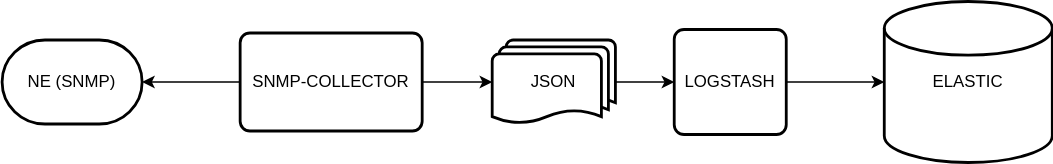
Earlier version of the draw.io export Diagram.svg (cesarmacias/snmp-colect). Source tidied: cells renumbered, new cells last; positions are measured from the earlier drawing's top-left corner, leaving out a move shared by most shapes.
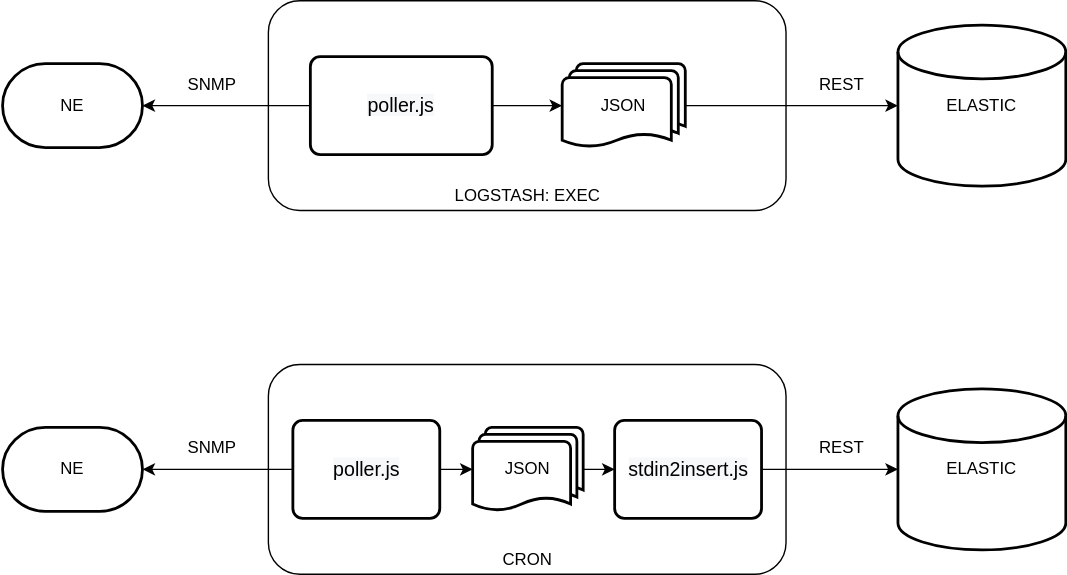
Above is the later version.

The edit, as a diff of the source:
```diff
@@ -2,32 +2,77 @@
   <root>
     <mxCell id="0" />
     <mxCell id="1" parent="0" />
+    <mxCell id="11" value="&lt;br&gt;" style="rounded=1;whiteSpace=wrap;html=1;" parent="1" vertex="1">
+      <mxGeometry x="193" y="-18" width="370" height="150" as="geometry" />
+    </mxCell>
     <mxCell id="2" style="edgeStyle=orthogonalEdgeStyle;rounded=0;jettySize=auto;html=1;" parent="1" edge="1" source="4" target="5">
       <mxGeometry relative="1" as="geometry" />
     </mxCell>
     <mxCell id="3" style="edgeStyle=orthogonalEdgeStyle;rounded=0;jettySize=auto;html=1;" parent="1" edge="1" source="4" target="7">
       <mxGeometry relative="1" as="geometry" />
     </mxCell>
-    <mxCell id="4" value="SNMP-COLLECTOR" style="rounded=1;whiteSpace=wrap;html=1;absoluteArcSize=1;arcSize=14;strokeWidth=2;" parent="1" vertex="1">
-      <mxGeometry x="170" y="22" width="130" height="70" as="geometry" />
+    <mxCell id="4" value="&lt;a class=&quot;js-navigation-open Link--primary&quot; title=&quot;poller.js&quot; href=&quot;https://github.com/cesarmacias/snmp-colect/blob/master/Poller/poller.js&quot; style=&quot;box-sizing: border-box ; background-color: rgb(246 , 248 , 250) ; outline: none ; box-shadow: none ; font-family: , &amp;#34;blinkmacsystemfont&amp;#34; , &amp;#34;segoe ui&amp;#34; , &amp;#34;helvetica&amp;#34; , &amp;#34;arial&amp;#34; , sans-serif , &amp;#34;apple color emoji&amp;#34; , &amp;#34;segoe ui emoji&amp;#34; ; font-size: 14px&quot;&gt;poller.js&lt;/a&gt;" style="rounded=1;whiteSpace=wrap;html=1;absoluteArcSize=1;arcSize=14;strokeWidth=2;" parent="1" vertex="1">
+      <mxGeometry x="223" y="22" width="130" height="70" as="geometry" />
     </mxCell>
-    <mxCell id="5" value="NE (SNMP)" style="strokeWidth=2;html=1;shape=mxgraph.flowchart.terminator;whiteSpace=wrap;" parent="1" vertex="1">
-      <mxGeometry y="27" width="100" height="60" as="geometry" />
+    <mxCell id="5" value="NE" style="strokeWidth=2;html=1;shape=mxgraph.flowchart.terminator;whiteSpace=wrap;" parent="1" vertex="1">
+      <mxGeometry x="3" y="27" width="100" height="60" as="geometry" />
     </mxCell>
-    <mxCell id="6" style="edgeStyle=orthogonalEdgeStyle;rounded=0;jettySize=auto;html=1;" parent="1" edge="1" source="7" target="9">
-      <mxGeometry relative="1" as="geometry" />
-    </mxCell>
+    <mxCell id="12" style="edgeStyle=orthogonalEdgeStyle;rounded=0;jettySize=auto;html=1;" parent="1" edge="1" source="7" target="10">
+      <mxGeometry relative="1" as="geometry" />
+    </mxCell>
     <mxCell id="7" value="JSON" style="strokeWidth=2;html=1;shape=mxgraph.flowchart.multi-document;whiteSpace=wrap;" parent="1" vertex="1">
-      <mxGeometry x="350" y="27" width="88" height="60" as="geometry" />
+      <mxGeometry x="403" y="27" width="88" height="60" as="geometry" />
     </mxCell>
-    <mxCell id="8" style="edgeStyle=orthogonalEdgeStyle;rounded=0;jettySize=auto;html=1;" parent="1" edge="1" source="9" target="10">
-      <mxGeometry relative="1" as="geometry" />
-    </mxCell>
-    <mxCell id="9" value="LOGSTASH" style="rounded=1;whiteSpace=wrap;html=1;absoluteArcSize=1;arcSize=14;strokeWidth=2;" parent="1" vertex="1">
-      <mxGeometry x="480" y="19.5" width="80" height="75" as="geometry" />
-    </mxCell>
     <mxCell id="10" value="ELASTIC" style="strokeWidth=2;html=1;shape=mxgraph.flowchart.database;whiteSpace=wrap;" parent="1" vertex="1">
-      <mxGeometry x="630" y="-0.5" width="120" height="115" as="geometry" />
+      <mxGeometry x="643" y="-0.5" width="120" height="115" as="geometry" />
     </mxCell>
+    <mxCell id="13" value="LOGSTASH: EXEC" style="text;html=1;strokeColor=none;fillColor=none;align=center;verticalAlign=middle;whiteSpace=wrap;rounded=0;" parent="1" vertex="1">
+      <mxGeometry x="315.5" y="112" width="125" height="20" as="geometry" />
+    </mxCell>
+    <mxCell id="14" value="SNMP" style="text;html=1;strokeColor=none;fillColor=none;align=center;verticalAlign=middle;whiteSpace=wrap;rounded=0;" parent="1" vertex="1">
+      <mxGeometry x="133" y="32" width="40" height="20" as="geometry" />
+    </mxCell>
+    <mxCell id="15" value="REST" style="text;html=1;strokeColor=none;fillColor=none;align=center;verticalAlign=middle;whiteSpace=wrap;rounded=0;" parent="1" vertex="1">
+      <mxGeometry x="583" y="32" width="40" height="20" as="geometry" />
+    </mxCell>
+    <mxCell id="16" value="&lt;br&gt;" style="rounded=1;whiteSpace=wrap;html=1;" parent="1" vertex="1">
+      <mxGeometry x="193" y="242" width="370" height="150" as="geometry" />
+    </mxCell>
+    <mxCell id="17" style="edgeStyle=orthogonalEdgeStyle;rounded=0;jettySize=auto;html=1;" parent="1" edge="1" source="19" target="20">
+      <mxGeometry relative="1" as="geometry" />
+    </mxCell>
+    <mxCell id="18" style="edgeStyle=orthogonalEdgeStyle;rounded=0;jettySize=auto;html=1;" parent="1" edge="1" source="19" target="22">
+      <mxGeometry relative="1" as="geometry" />
+    </mxCell>
+    <mxCell id="19" value="&lt;a class=&quot;js-navigation-open Link--primary&quot; title=&quot;poller.js&quot; href=&quot;https://github.com/cesarmacias/snmp-colect/blob/master/Poller/poller.js&quot; style=&quot;box-sizing: border-box ; background-color: rgb(246 , 248 , 250) ; outline: none ; box-shadow: none ; font-family: , &amp;#34;blinkmacsystemfont&amp;#34; , &amp;#34;segoe ui&amp;#34; , &amp;#34;helvetica&amp;#34; , &amp;#34;arial&amp;#34; , sans-serif , &amp;#34;apple color emoji&amp;#34; , &amp;#34;segoe ui emoji&amp;#34; ; font-size: 14px&quot;&gt;poller.js&lt;/a&gt;" style="rounded=1;whiteSpace=wrap;html=1;absoluteArcSize=1;arcSize=14;strokeWidth=2;" parent="1" vertex="1">
+      <mxGeometry x="210.5" y="282" width="105" height="70" as="geometry" />
+    </mxCell>
+    <mxCell id="20" value="NE" style="strokeWidth=2;html=1;shape=mxgraph.flowchart.terminator;whiteSpace=wrap;" parent="1" vertex="1">
+      <mxGeometry x="3" y="287" width="100" height="60" as="geometry" />
+    </mxCell>
+    <mxCell id="21" style="edgeStyle=orthogonalEdgeStyle;rounded=0;jettySize=auto;html=1;" parent="1" edge="1" source="22" target="28">
+      <mxGeometry relative="1" as="geometry" />
+    </mxCell>
+    <mxCell id="22" value="JSON" style="strokeWidth=2;html=1;shape=mxgraph.flowchart.multi-document;whiteSpace=wrap;" parent="1" vertex="1">
+      <mxGeometry x="339" y="287" width="79" height="60" as="geometry" />
+    </mxCell>
+    <mxCell id="23" value="ELASTIC" style="strokeWidth=2;html=1;shape=mxgraph.flowchart.database;whiteSpace=wrap;" parent="1" vertex="1">
+      <mxGeometry x="643" y="259.5" width="120" height="115" as="geometry" />
+    </mxCell>
+    <mxCell id="24" value="CRON" style="text;html=1;strokeColor=none;fillColor=none;align=center;verticalAlign=middle;whiteSpace=wrap;rounded=0;" parent="1" vertex="1">
+      <mxGeometry x="315.5" y="372" width="125" height="20" as="geometry" />
+    </mxCell>
+    <mxCell id="25" value="SNMP" style="text;html=1;strokeColor=none;fillColor=none;align=center;verticalAlign=middle;whiteSpace=wrap;rounded=0;" parent="1" vertex="1">
+      <mxGeometry x="133" y="292" width="40" height="20" as="geometry" />
+    </mxCell>
+    <mxCell id="26" value="REST" style="text;html=1;strokeColor=none;fillColor=none;align=center;verticalAlign=middle;whiteSpace=wrap;rounded=0;" parent="1" vertex="1">
+      <mxGeometry x="583" y="292" width="40" height="20" as="geometry" />
+    </mxCell>
+    <mxCell id="27" style="edgeStyle=orthogonalEdgeStyle;rounded=0;jettySize=auto;html=1;entryX=0;entryY=0.5;entryDx=0;entryDy=0;entryPerimeter=0;" parent="1" edge="1" source="28" target="23">
+      <mxGeometry relative="1" as="geometry" />
+    </mxCell>
+    <mxCell id="28" value="&lt;a class=&quot;js-navigation-open Link--primary&quot; title=&quot;stdin2insert.js&quot; href=&quot;https://github.com/cesarmacias/els_export/blob/main/stdin2insert.js&quot; style=&quot;box-sizing: border-box ; background-color: rgb(246 , 248 , 250) ; font-family: , &amp;#34;blinkmacsystemfont&amp;#34; , &amp;#34;segoe ui&amp;#34; , &amp;#34;helvetica&amp;#34; , &amp;#34;arial&amp;#34; , sans-serif , &amp;#34;apple color emoji&amp;#34; , &amp;#34;segoe ui emoji&amp;#34; ; font-size: 14px&quot;&gt;stdin2insert.js&lt;/a&gt;" style="rounded=1;whiteSpace=wrap;html=1;absoluteArcSize=1;arcSize=14;strokeWidth=2;" parent="1" vertex="1">
+      <mxGeometry x="440.5" y="282" width="105" height="70" as="geometry" />
+    </mxCell>
   </root>
 </mxGraphModel>
```
